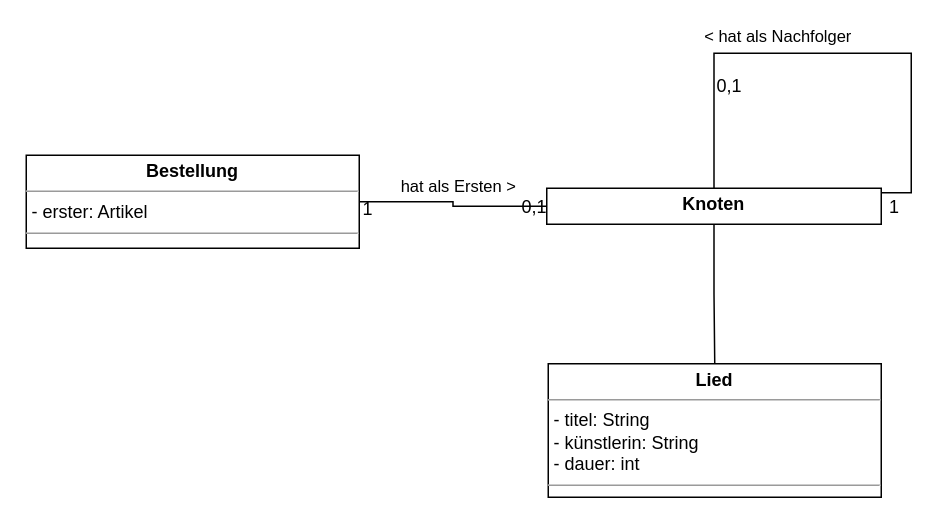
The draw.io diagram page "Seite-14" (14 of 14) of Liste.drawio in JoernWVSG/diagram, before the edit. Source tidied: cells renumbered, new cells numbered last; positions are measured from the earlier drawing's top-left corner, leaving out a move shared by most shapes. Both pictures are drawn from the tidied source at 150%, with x=0, y=0 at pixel (26, 52).
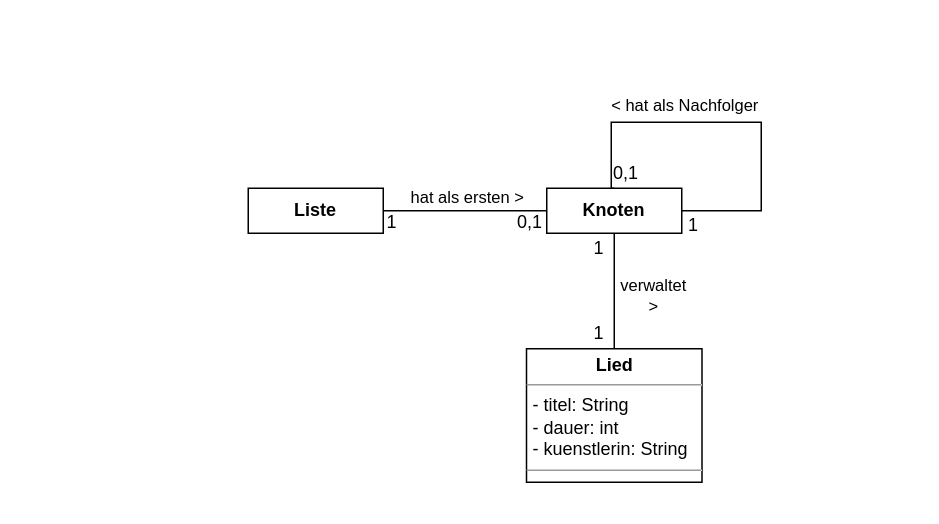
After the change.

What changed in the source:
```diff
@@
-    <mxCell id="2" style="edgeStyle=orthogonalEdgeStyle;rounded=0;jettySize=auto;html=1;exitX=1;exitY=0.5;exitDx=0;exitDy=0;entryX=0;entryY=0.5;entryDx=0;entryDy=0;endArrow=none;endFill=0;" parent="1" edge="1" source="4" target="8">
-      <mxGeometry relative="1" as="geometry" />
-    </mxCell>
-    <mxCell id="3" value="hat als Ersten &amp;gt;" style="edgeLabel;html=1;align=center;verticalAlign=middle;" parent="2" vertex="1">
-      <mxGeometry x="-0.28" y="1" relative="1" as="geometry">
-        <mxPoint x="19" y="-10" as="offset" />
-      </mxGeometry>
-    </mxCell>
-    <mxCell id="4" value="&lt;p style=&quot;margin: 0px ; margin-top: 4px ; text-align: center&quot;&gt;&lt;b&gt;Bestellung&lt;/b&gt;&lt;br&gt;&lt;/p&gt;&lt;hr size=&quot;1&quot;&gt;&lt;p style=&quot;margin: 0px ; margin-left: 4px&quot;&gt;- erster: Artikel&lt;/p&gt;&lt;hr size=&quot;1&quot;&gt;" style="verticalAlign=top;align=left;overflow=fill;fontSize=12;fontFamily=Helvetica;html=1;" parent="1" vertex="1">
-      <mxGeometry y="68" width="222" height="62" as="geometry" />
-    </mxCell>
+    <mxCell id="14" style="edgeStyle=orthogonalEdgeStyle;rounded=0;jettySize=auto;html=1;endArrow=none;endFill=0;" parent="1" edge="1" source="16" target="8">
+      <mxGeometry relative="1" as="geometry" />
+    </mxCell>
+    <mxCell id="15" value="hat als ersten &amp;gt;" style="edgeLabel;html=1;align=center;verticalAlign=middle;" parent="14" vertex="1">
+      <mxGeometry x="-0.06" y="2" relative="1" as="geometry">
+        <mxPoint x="4" y="-8" as="offset" />
+      </mxGeometry>
+    </mxCell>
+    <mxCell id="16" value="&lt;b&gt;Liste&lt;/b&gt;" style="html=1;whiteSpace=wrap;" parent="1" vertex="1">
+      <mxGeometry x="148" y="90" width="90" height="30" as="geometry" />
+    </mxCell>
+    <mxCell id="17" style="edgeStyle=orthogonalEdgeStyle;rounded=0;jettySize=auto;html=1;exitX=0.5;exitY=1;exitDx=0;exitDy=0;entryX=0.5;entryY=0;entryDx=0;entryDy=0;endArrow=none;endFill=0;" parent="1" edge="1" source="8">
+      <mxGeometry relative="1" as="geometry">
+        <mxPoint x="392" y="197" as="targetPoint" />
+      </mxGeometry>
+    </mxCell>
+    <mxCell id="18" value="&lt;div&gt;verwaltet&lt;/div&gt;&lt;div&gt;&amp;gt;&lt;br&gt;&lt;/div&gt;" style="edgeLabel;html=1;align=center;verticalAlign=middle;" parent="17" vertex="1">
+      <mxGeometry x="0.12" y="-3" relative="1" as="geometry">
+        <mxPoint x="28" y="-1" as="offset" />
+      </mxGeometry>
+    </mxCell>
+    <mxCell id="8" value="&lt;b&gt;Knoten&lt;/b&gt;" style="html=1;whiteSpace=wrap;" parent="1" vertex="1">
+      <mxGeometry x="347" y="90" width="90" height="30" as="geometry" />
+    </mxCell>
+    <mxCell id="19" value="1" style="text;html=1;align=center;verticalAlign=middle;whiteSpace=wrap;rounded=0;" parent="1" vertex="1">
+      <mxGeometry x="235" y="103" width="18" height="20" as="geometry" />
+    </mxCell>
+    <mxCell id="20" value="0,1" style="text;html=1;align=center;verticalAlign=middle;whiteSpace=wrap;rounded=0;" parent="1" vertex="1">
+      <mxGeometry x="327" y="103" width="18" height="20" as="geometry" />
+    </mxCell>
     <mxCell id="5" style="edgeStyle=orthogonalEdgeStyle;rounded=0;orthogonalLoop=1;jettySize=auto;html=1;exitX=1;exitY=0.5;exitDx=0;exitDy=0;entryX=0.5;entryY=0;entryDx=0;entryDy=0;endArrow=none;endFill=0;" parent="1" edge="1" source="8" target="8">
       <mxGeometry relative="1" as="geometry">
         <Array as="points">
-          <mxPoint x="590" y="93" />
-          <mxPoint x="590" />
-          <mxPoint x="459" />
+          <mxPoint x="490" y="105" />
+          <mxPoint x="490" y="46" />
+          <mxPoint x="390" y="46" />
+          <mxPoint x="390" y="90" />
         </Array>
       </mxGeometry>
     </mxCell>
@@
-    <mxCell id="7" style="edgeStyle=orthogonalEdgeStyle;rounded=0;jettySize=auto;html=1;endArrow=none;endFill=0;" parent="1" edge="1" source="8" target="13">
-      <mxGeometry relative="1" as="geometry" />
-    </mxCell>
-    <mxCell id="8" value="&lt;p style=&quot;margin: 0px ; margin-top: 4px ; text-align: center&quot;&gt;&lt;b&gt;Knoten&lt;/b&gt;&lt;br&gt;&lt;/p&gt;&lt;p style=&quot;margin: 0px ; margin-left: 4px&quot;&gt;&lt;br&gt;&lt;/p&gt;&lt;br&gt;&amp;nbsp;" style="verticalAlign=top;align=left;overflow=fill;fontSize=12;fontFamily=Helvetica;html=1;" parent="1" vertex="1">
-      <mxGeometry x="347" y="90" width="223" height="24" as="geometry" />
-    </mxCell>
-    <mxCell id="9" value="1" style="text;html=1;align=center;verticalAlign=middle;whiteSpace=wrap;rounded=0;" parent="1" vertex="1">
-      <mxGeometry x="219" y="94" width="18" height="20" as="geometry" />
-    </mxCell>
-    <mxCell id="10" value="0,1" style="text;html=1;align=center;verticalAlign=middle;whiteSpace=wrap;rounded=0;" parent="1" vertex="1">
-      <mxGeometry x="330" y="93" width="18" height="20" as="geometry" />
-    </mxCell>
-    <mxCell id="11" value="0,1" style="text;html=1;align=center;verticalAlign=middle;whiteSpace=wrap;rounded=0;" parent="1" vertex="1">
-      <mxGeometry x="460" y="12" width="18" height="20" as="geometry" />
-    </mxCell>
-    <mxCell id="12" value="1" style="text;html=1;align=center;verticalAlign=middle;whiteSpace=wrap;rounded=0;" parent="1" vertex="1">
-      <mxGeometry x="570" y="93" width="18" height="20" as="geometry" />
-    </mxCell>
-    <mxCell id="13" value="&lt;p style=&quot;margin: 0px ; margin-top: 4px ; text-align: center&quot;&gt;&lt;b&gt;Lied&lt;/b&gt;&lt;br&gt;&lt;/p&gt;&lt;hr size=&quot;1&quot;&gt;&lt;p style=&quot;margin: 0px ; margin-left: 4px&quot;&gt;- titel: String&lt;br&gt;&lt;/p&gt;&lt;p style=&quot;margin: 0px ; margin-left: 4px&quot;&gt;- künstlerin: String&lt;/p&gt;&lt;p style=&quot;margin: 0px ; margin-left: 4px&quot;&gt;- dauer: int&lt;br&gt;&lt;/p&gt;&lt;hr size=&quot;1&quot;&gt;&lt;br&gt;&amp;nbsp;" style="verticalAlign=top;align=left;overflow=fill;fontSize=12;fontFamily=Helvetica;html=1;" parent="1" vertex="1">
-      <mxGeometry x="348" y="207" width="222" height="89" as="geometry" />
-    </mxCell>
+    <mxCell id="21" value="0,1" style="text;html=1;align=center;verticalAlign=middle;whiteSpace=wrap;rounded=0;" parent="1" vertex="1">
+      <mxGeometry x="391" y="70" width="18" height="20" as="geometry" />
+    </mxCell>
+    <mxCell id="22" value="1" style="text;html=1;align=center;verticalAlign=middle;whiteSpace=wrap;rounded=0;" parent="1" vertex="1">
+      <mxGeometry x="436" y="105" width="18" height="20" as="geometry" />
+    </mxCell>
+    <mxCell id="23" value="1" style="text;html=1;align=center;verticalAlign=middle;whiteSpace=wrap;rounded=0;" parent="1" vertex="1">
+      <mxGeometry x="373" y="120" width="18" height="20" as="geometry" />
+    </mxCell>
+    <mxCell id="24" value="1" style="text;html=1;align=center;verticalAlign=middle;whiteSpace=wrap;rounded=0;" parent="1" vertex="1">
+      <mxGeometry x="373" y="177" width="18" height="20" as="geometry" />
+    </mxCell>
+    <mxCell id="25" value="&lt;p style=&quot;margin: 0px ; margin-top: 4px ; text-align: center&quot;&gt;&lt;b&gt;Lied&lt;/b&gt;&lt;br&gt;&lt;/p&gt;&lt;hr size=&quot;1&quot;&gt;&lt;p style=&quot;margin: 0px ; margin-left: 4px&quot;&gt;- titel: String&lt;br&gt;&lt;/p&gt;&lt;p style=&quot;margin: 0px ; margin-left: 4px&quot;&gt;- dauer: int&lt;/p&gt;&lt;p style=&quot;margin: 0px ; margin-left: 4px&quot;&gt;- kuenstlerin: String&lt;br&gt;&lt;/p&gt;&lt;hr size=&quot;1&quot;&gt;&lt;br&gt;&amp;nbsp;" style="verticalAlign=top;align=left;overflow=fill;fontSize=12;fontFamily=Helvetica;html=1;" parent="1" vertex="1">
+      <mxGeometry x="333.5" y="197" width="117" height="89" as="geometry" />
+    </mxCell>
```
